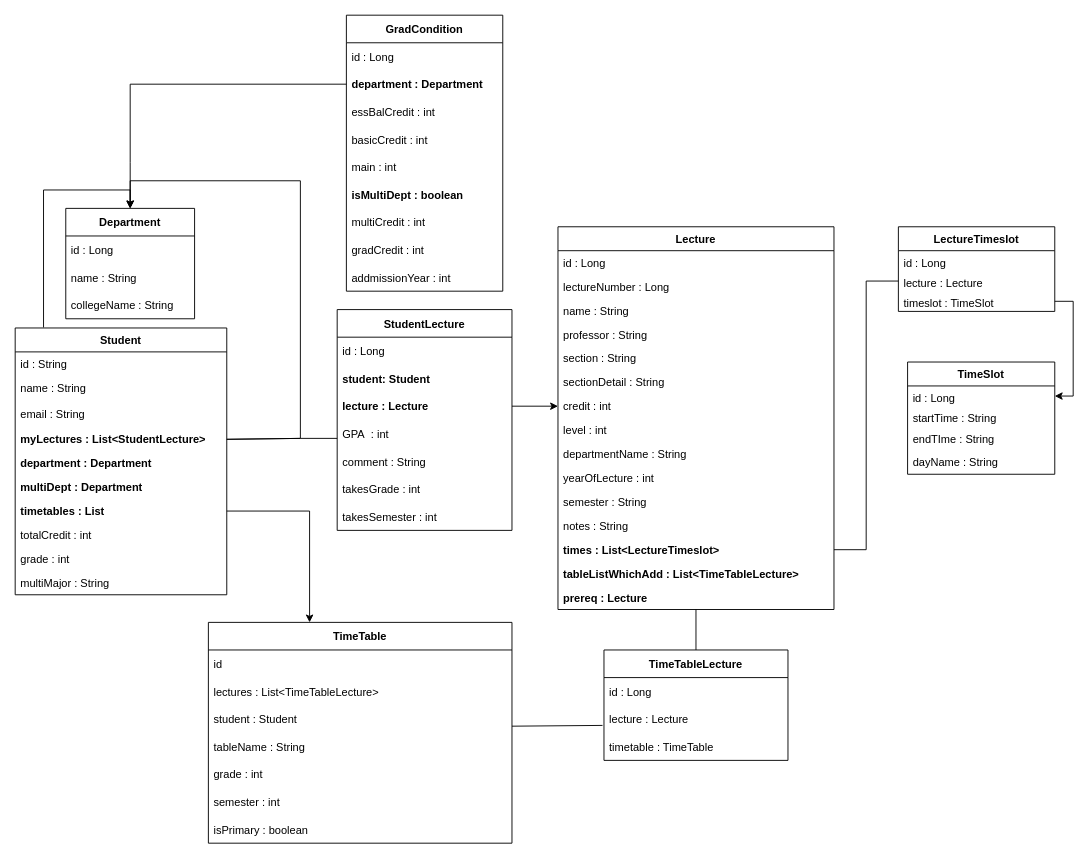
This is page "Java Entity" (1 of 2) of project_entity.drawio from 19-21-40/KLtime_BackEnd, a draw.io file, before an edit. Source tidied: cells renumbered, new cells numbered last; positions are measured from the earlier drawing's top-left corner, leaving out a move shared by most shapes. Both pictures are drawn from the tidied source at 92%, with x=0, y=0 at pixel (15, 15).
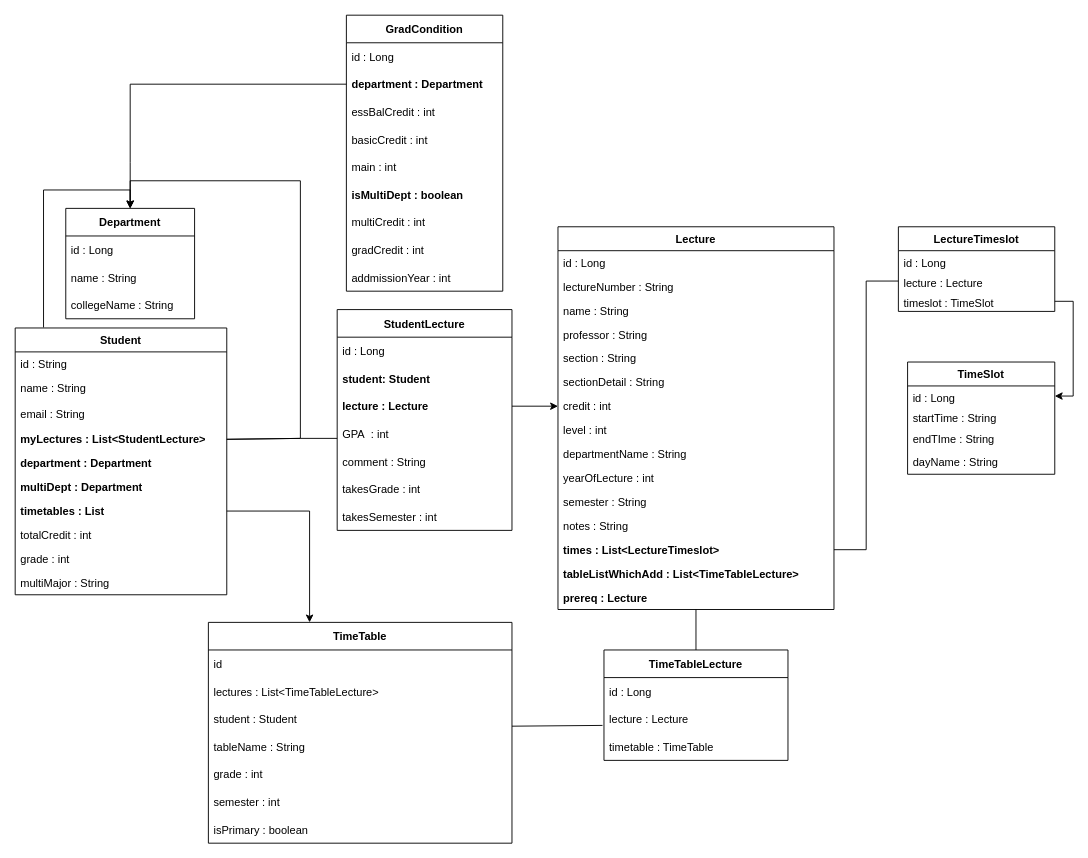
After the change.

Unchanged cells that the change refers to:
```xml
<mxCell id="18" value="Lecture" style="swimlane;fontStyle=1;align=center;verticalAlign=top;horizontal=1;startSize=26;rounded=0;shadow=0;strokeWidth=1;" parent="1" vertex="1">
  <mxGeometry x="590" y="230" width="300" height="416" as="geometry" />
</mxCell>
```

Diff of the diagram source:
```diff
@@
-    <mxCell id="20" value="lectureNumber : Long" style="text;align=left;verticalAlign=top;spacingLeft=4;spacingRight=4;overflow=hidden;" parent="18" vertex="1">
+    <mxCell id="20" value="lectureNumber : String" style="text;align=left;verticalAlign=top;spacingLeft=4;spacingRight=4;overflow=hidden;" parent="18" vertex="1">
       <mxGeometry y="52" width="300" height="26" as="geometry" />
     </mxCell>
```
